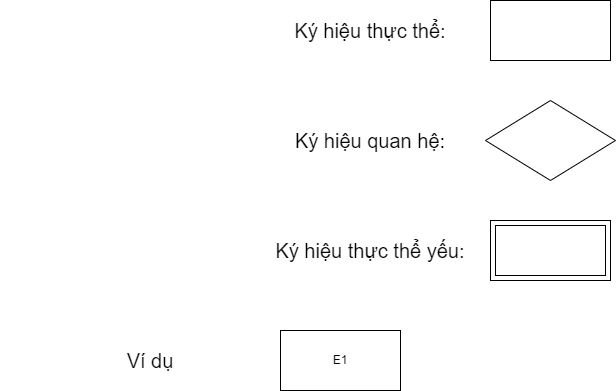
The draw.io diagram Chương 2 (Ký hiệu).png in datnham0212/learning, before a commit. Source tidied: cells renumbered, new cells last; positions are measured from the earlier drawing's top-left corner, leaving out a move shared by most shapes.
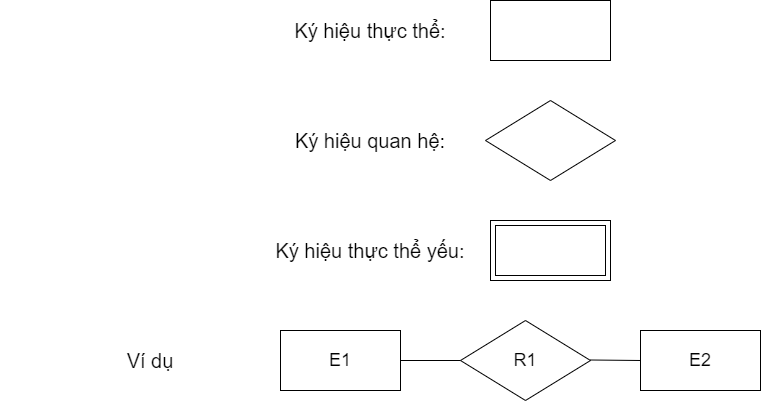
After the commit.

The edit, as a diff of the source:
```diff
@@ -11,7 +11,7 @@
     <mxCell id="4" value="&lt;span style=&quot;font-size: 20px;&quot;&gt;Ví dụ&lt;/span&gt;" style="text;html=1;strokeColor=none;fillColor=none;align=center;verticalAlign=middle;whiteSpace=wrap;rounded=0;" parent="1" vertex="1">
       <mxGeometry y="330" width="300" height="60" as="geometry" />
     </mxCell>
-    <mxCell id="5" value="E1" style="rounded=0;whiteSpace=wrap;html=1;" parent="1" vertex="1">
+    <mxCell id="5" value="E1" style="rounded=0;whiteSpace=wrap;html=1;fontSize=18;" parent="1" vertex="1">
       <mxGeometry x="280" y="330" width="120" height="60" as="geometry" />
     </mxCell>
     <mxCell id="6" value="&lt;span style=&quot;font-size: 20px;&quot;&gt;Ký hiệu quan hệ:&lt;/span&gt;" style="text;html=1;strokeColor=none;fillColor=none;align=center;verticalAlign=middle;whiteSpace=wrap;rounded=0;" parent="1" vertex="1">
@@ -26,5 +26,22 @@
     <mxCell id="9" value="&lt;span style=&quot;font-size: 20px;&quot;&gt;Ký hiệu thực thể yếu:&lt;/span&gt;" style="text;html=1;strokeColor=none;fillColor=none;align=center;verticalAlign=middle;whiteSpace=wrap;rounded=0;" parent="1" vertex="1">
       <mxGeometry x="220" y="220" width="300" height="60" as="geometry" />
     </mxCell>
+    <mxCell id="10" value="E2" style="rounded=0;whiteSpace=wrap;html=1;fontSize=18;" parent="1" vertex="1">
+      <mxGeometry x="640" y="330" width="120" height="60" as="geometry" />
+    </mxCell>
+    <mxCell id="11" value="R1" style="rhombus;whiteSpace=wrap;html=1;fontSize=18;" parent="1" vertex="1">
+      <mxGeometry x="460" y="320" width="130" height="80" as="geometry" />
+    </mxCell>
+    <mxCell id="12" style="endArrow=none;html=1;rounded=0;entryX=0;entryY=0.5;entryDx=0;entryDy=0;" parent="1" edge="1" target="11">
+      <mxGeometry relative="1" as="geometry">
+        <mxPoint x="400" y="360" as="sourcePoint" />
+      </mxGeometry>
+    </mxCell>
+    <mxCell id="13" style="endArrow=none;html=1;rounded=0;" parent="1" edge="1">
+      <mxGeometry relative="1" as="geometry">
+        <mxPoint x="590" y="359.5" as="sourcePoint" />
+        <mxPoint x="640" y="360" as="targetPoint" />
+      </mxGeometry>
+    </mxCell>
   </root>
 </mxGraphModel>
```
